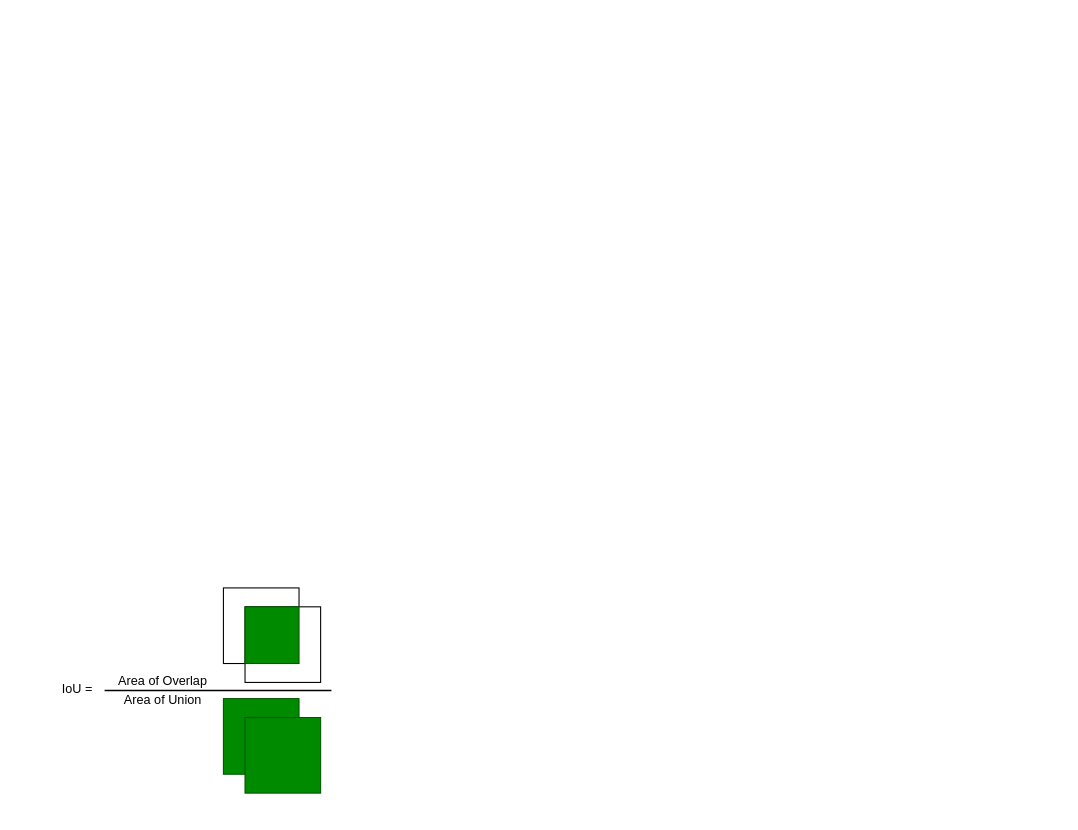
Brianhulela/nms_explained keeps this draw.io diagram as iou.drawio. Above is the earlier version. Source tidied: cells renumbered, new cells numbered last; positions are measured from the earlier drawing's top-left corner, leaving out a move shared by most shapes. Both pictures are drawn from the tidied source at 27%, with x=0, y=0 at pixel (5, 558).
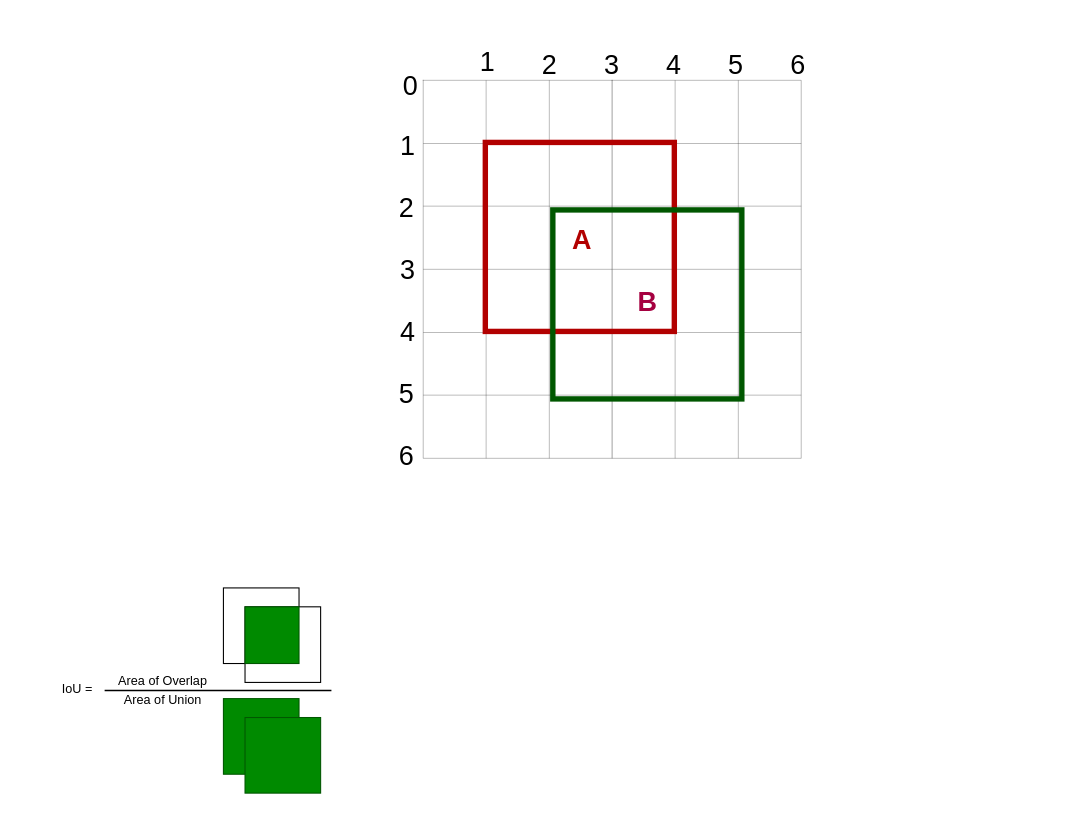
Above is the later version.

Commit message (it also covers changes not shown here):
Add IoU diagram and image files

Diff of the diagram source:
```diff
@@
+    <mxCell id="12" style="rounded=0;whiteSpace=wrap;html=1;strokeColor=none;" parent="1" vertex="1">
+      <mxGeometry x="590" y="-2050" width="3370" height="1950" as="geometry" />
+    </mxCell>
+    <mxCell id="13" style="shape=table;startSize=0;childLayout=tableLayout;fontSize=16;" parent="1" vertex="1">
+      <mxGeometry x="1550" y="-1770" width="700" height="1400" as="geometry" />
+    </mxCell>
+    <mxCell id="14" style="shape=tableRow;horizontal=0;startSize=0;swimlaneHead=0;swimlaneBody=0;strokeColor=inherit;top=0;left=0;bottom=0;right=0;fillColor=none;fontSize=16;" parent="13" vertex="1">
+      <mxGeometry width="700" height="234" as="geometry" />
+    </mxCell>
+    <mxCell id="15" style="shape=partialRectangle;html=1;whiteSpace=wrap;strokeColor=inherit;overflow=hidden;fillColor=none;top=0;left=0;bottom=0;right=0;fontSize=16;" parent="14" vertex="1">
+      <mxGeometry width="233" height="234" as="geometry" />
+    </mxCell>
+    <mxCell id="16" style="shape=partialRectangle;html=1;whiteSpace=wrap;strokeColor=inherit;overflow=hidden;fillColor=none;top=0;left=0;bottom=0;right=0;fontSize=16;" parent="14" vertex="1">
+      <mxGeometry x="233" width="234" height="234" as="geometry" />
+    </mxCell>
+    <mxCell id="17" style="shape=partialRectangle;html=1;whiteSpace=wrap;strokeColor=inherit;overflow=hidden;fillColor=none;top=0;left=0;bottom=0;right=0;fontSize=16;" parent="14" vertex="1">
+      <mxGeometry x="467" width="233" height="234" as="geometry" />
+    </mxCell>
+    <mxCell id="18" style="shape=tableRow;horizontal=0;startSize=0;swimlaneHead=0;swimlaneBody=0;strokeColor=inherit;top=0;left=0;bottom=0;right=0;fillColor=none;fontSize=16;" parent="13" vertex="1">
+      <mxGeometry y="234" width="700" height="232" as="geometry" />
+    </mxCell>
+    <mxCell id="19" style="shape=partialRectangle;html=1;whiteSpace=wrap;strokeColor=inherit;overflow=hidden;fillColor=none;top=0;left=0;bottom=0;right=0;fontSize=16;" parent="18" vertex="1">
+      <mxGeometry width="233" height="232" as="geometry" />
+    </mxCell>
+    <mxCell id="20" style="shape=partialRectangle;html=1;whiteSpace=wrap;strokeColor=inherit;overflow=hidden;fillColor=none;top=0;left=0;bottom=0;right=0;fontSize=16;" parent="18" vertex="1">
+      <mxGeometry x="233" width="234" height="232" as="geometry" />
+    </mxCell>
+    <mxCell id="21" style="shape=partialRectangle;html=1;whiteSpace=wrap;strokeColor=inherit;overflow=hidden;fillColor=none;top=0;left=0;bottom=0;right=0;fontSize=16;" parent="18" vertex="1">
+      <mxGeometry x="467" width="233" height="232" as="geometry" />
+    </mxCell>
+    <mxCell id="22" style="shape=tableRow;horizontal=0;startSize=0;swimlaneHead=0;swimlaneBody=0;strokeColor=inherit;top=0;left=0;bottom=0;right=0;fillColor=none;fontSize=16;" parent="13" vertex="1">
+      <mxGeometry y="466" width="700" height="234" as="geometry" />
+    </mxCell>
+    <mxCell id="23" style="shape=partialRectangle;html=1;whiteSpace=wrap;strokeColor=inherit;overflow=hidden;fillColor=none;top=0;left=0;bottom=0;right=0;fontSize=16;" parent="22" vertex="1">
+      <mxGeometry width="233" height="234" as="geometry" />
+    </mxCell>
+    <mxCell id="24" style="shape=partialRectangle;html=1;whiteSpace=wrap;strokeColor=inherit;overflow=hidden;fillColor=none;top=0;left=0;bottom=0;right=0;fontSize=16;" parent="22" vertex="1">
+      <mxGeometry x="233" width="234" height="234" as="geometry" />
+    </mxCell>
+    <mxCell id="25" style="shape=partialRectangle;html=1;whiteSpace=wrap;strokeColor=inherit;overflow=hidden;fillColor=none;top=0;left=0;bottom=0;right=0;fontSize=16;" parent="22" vertex="1">
+      <mxGeometry x="467" width="233" height="234" as="geometry" />
+    </mxCell>
+    <mxCell id="26" style="shape=tableRow;horizontal=0;startSize=0;swimlaneHead=0;swimlaneBody=0;strokeColor=inherit;top=0;left=0;bottom=0;right=0;fillColor=none;fontSize=16;" parent="13" vertex="1">
+      <mxGeometry y="700" width="700" height="234" as="geometry" />
+    </mxCell>
+    <mxCell id="27" style="shape=partialRectangle;html=1;whiteSpace=wrap;strokeColor=inherit;overflow=hidden;fillColor=none;top=0;left=0;bottom=0;right=0;fontSize=16;" parent="26" vertex="1">
+      <mxGeometry width="233" height="234" as="geometry" />
+    </mxCell>
+    <mxCell id="28" style="shape=partialRectangle;html=1;whiteSpace=wrap;strokeColor=inherit;overflow=hidden;fillColor=none;top=0;left=0;bottom=0;right=0;fontSize=16;" parent="26" vertex="1">
+      <mxGeometry x="233" width="234" height="234" as="geometry" />
+    </mxCell>
+    <mxCell id="29" style="shape=partialRectangle;html=1;whiteSpace=wrap;strokeColor=inherit;overflow=hidden;fillColor=none;top=0;left=0;bottom=0;right=0;fontSize=16;" parent="26" vertex="1">
+      <mxGeometry x="467" width="233" height="234" as="geometry" />
+    </mxCell>
+    <mxCell id="30" style="shape=tableRow;horizontal=0;startSize=0;swimlaneHead=0;swimlaneBody=0;strokeColor=inherit;top=0;left=0;bottom=0;right=0;fillColor=none;fontSize=16;" parent="13" vertex="1">
+      <mxGeometry y="934" width="700" height="232" as="geometry" />
+    </mxCell>
+    <mxCell id="31" style="shape=partialRectangle;html=1;whiteSpace=wrap;strokeColor=inherit;overflow=hidden;fillColor=none;top=0;left=0;bottom=0;right=0;fontSize=16;" parent="30" vertex="1">
+      <mxGeometry width="233" height="232" as="geometry" />
+    </mxCell>
+    <mxCell id="32" style="shape=partialRectangle;html=1;whiteSpace=wrap;strokeColor=inherit;overflow=hidden;fillColor=none;top=0;left=0;bottom=0;right=0;fontSize=16;" parent="30" vertex="1">
+      <mxGeometry x="233" width="234" height="232" as="geometry" />
+    </mxCell>
+    <mxCell id="33" style="shape=partialRectangle;html=1;whiteSpace=wrap;strokeColor=inherit;overflow=hidden;fillColor=none;top=0;left=0;bottom=0;right=0;fontSize=16;" parent="30" vertex="1">
+      <mxGeometry x="467" width="233" height="232" as="geometry" />
+    </mxCell>
+    <mxCell id="34" style="shape=tableRow;horizontal=0;startSize=0;swimlaneHead=0;swimlaneBody=0;strokeColor=inherit;top=0;left=0;bottom=0;right=0;fillColor=none;fontSize=16;" parent="13" vertex="1">
+      <mxGeometry y="1166" width="700" height="234" as="geometry" />
+    </mxCell>
+    <mxCell id="35" style="shape=partialRectangle;html=1;whiteSpace=wrap;strokeColor=inherit;overflow=hidden;fillColor=none;top=0;left=0;bottom=0;right=0;fontSize=16;" parent="34" vertex="1">
+      <mxGeometry width="233" height="234" as="geometry" />
+    </mxCell>
+    <mxCell id="36" style="shape=partialRectangle;html=1;whiteSpace=wrap;strokeColor=inherit;overflow=hidden;fillColor=none;top=0;left=0;bottom=0;right=0;fontSize=16;" parent="34" vertex="1">
+      <mxGeometry x="233" width="234" height="234" as="geometry" />
+    </mxCell>
+    <mxCell id="37" style="shape=partialRectangle;html=1;whiteSpace=wrap;strokeColor=inherit;overflow=hidden;fillColor=none;top=0;left=0;bottom=0;right=0;fontSize=16;" parent="34" vertex="1">
+      <mxGeometry x="467" width="233" height="234" as="geometry" />
+    </mxCell>
+    <mxCell id="38" style="shape=table;startSize=0;childLayout=tableLayout;fontSize=16;" parent="1" vertex="1">
+      <mxGeometry x="2250" y="-1770" width="700" height="1400" as="geometry" />
+    </mxCell>
+    <mxCell id="39" style="shape=tableRow;horizontal=0;startSize=0;swimlaneHead=0;swimlaneBody=0;strokeColor=inherit;top=0;left=0;bottom=0;right=0;fillColor=none;fontSize=16;" parent="38" vertex="1">
+      <mxGeometry width="700" height="234" as="geometry" />
+    </mxCell>
+    <mxCell id="40" style="shape=partialRectangle;html=1;whiteSpace=wrap;strokeColor=inherit;overflow=hidden;fillColor=none;top=0;left=0;bottom=0;right=0;fontSize=16;" parent="39" vertex="1">
+      <mxGeometry width="233" height="234" as="geometry" />
+    </mxCell>
+    <mxCell id="41" style="shape=partialRectangle;html=1;whiteSpace=wrap;strokeColor=inherit;overflow=hidden;fillColor=none;top=0;left=0;bottom=0;right=0;fontSize=16;" parent="39" vertex="1">
+      <mxGeometry x="233" width="234" height="234" as="geometry" />
+    </mxCell>
+    <mxCell id="42" style="shape=partialRectangle;html=1;whiteSpace=wrap;strokeColor=inherit;overflow=hidden;fillColor=none;top=0;left=0;bottom=0;right=0;fontSize=16;" parent="39" vertex="1">
+      <mxGeometry x="467" width="233" height="234" as="geometry" />
+    </mxCell>
+    <mxCell id="43" style="shape=tableRow;horizontal=0;startSize=0;swimlaneHead=0;swimlaneBody=0;strokeColor=inherit;top=0;left=0;bottom=0;right=0;fillColor=none;fontSize=16;" parent="38" vertex="1">
+      <mxGeometry y="234" width="700" height="232" as="geometry" />
+    </mxCell>
+    <mxCell id="44" style="shape=partialRectangle;html=1;whiteSpace=wrap;strokeColor=inherit;overflow=hidden;fillColor=none;top=0;left=0;bottom=0;right=0;fontSize=16;" parent="43" vertex="1">
+      <mxGeometry width="233" height="232" as="geometry" />
+    </mxCell>
+    <mxCell id="45" style="shape=partialRectangle;html=1;whiteSpace=wrap;strokeColor=inherit;overflow=hidden;fillColor=none;top=0;left=0;bottom=0;right=0;fontSize=16;" parent="43" vertex="1">
+      <mxGeometry x="233" width="234" height="232" as="geometry" />
+    </mxCell>
+    <mxCell id="46" style="shape=partialRectangle;html=1;whiteSpace=wrap;strokeColor=inherit;overflow=hidden;fillColor=none;top=0;left=0;bottom=0;right=0;fontSize=16;" parent="43" vertex="1">
+      <mxGeometry x="467" width="233" height="232" as="geometry" />
+    </mxCell>
+    <mxCell id="47" style="shape=tableRow;horizontal=0;startSize=0;swimlaneHead=0;swimlaneBody=0;strokeColor=inherit;top=0;left=0;bottom=0;right=0;fillColor=none;fontSize=16;" parent="38" vertex="1">
+      <mxGeometry y="466" width="700" height="234" as="geometry" />
+    </mxCell>
+    <mxCell id="48" style="shape=partialRectangle;html=1;whiteSpace=wrap;strokeColor=inherit;overflow=hidden;fillColor=none;top=0;left=0;bottom=0;right=0;fontSize=16;" parent="47" vertex="1">
+      <mxGeometry width="233" height="234" as="geometry" />
+    </mxCell>
+    <mxCell id="49" style="shape=partialRectangle;html=1;whiteSpace=wrap;strokeColor=inherit;overflow=hidden;fillColor=none;top=0;left=0;bottom=0;right=0;fontSize=16;" parent="47" vertex="1">
+      <mxGeometry x="233" width="234" height="234" as="geometry" />
+    </mxCell>
+    <mxCell id="50" style="shape=partialRectangle;html=1;whiteSpace=wrap;strokeColor=inherit;overflow=hidden;fillColor=none;top=0;left=0;bottom=0;right=0;fontSize=16;" parent="47" vertex="1">
+      <mxGeometry x="467" width="233" height="234" as="geometry" />
+    </mxCell>
+    <mxCell id="51" style="shape=tableRow;horizontal=0;startSize=0;swimlaneHead=0;swimlaneBody=0;strokeColor=inherit;top=0;left=0;bottom=0;right=0;fillColor=none;fontSize=16;" parent="38" vertex="1">
+      <mxGeometry y="700" width="700" height="234" as="geometry" />
+    </mxCell>
+    <mxCell id="52" style="shape=partialRectangle;html=1;whiteSpace=wrap;strokeColor=inherit;overflow=hidden;fillColor=none;top=0;left=0;bottom=0;right=0;fontSize=16;" parent="51" vertex="1">
+      <mxGeometry width="233" height="234" as="geometry" />
+    </mxCell>
+    <mxCell id="53" style="shape=partialRectangle;html=1;whiteSpace=wrap;strokeColor=inherit;overflow=hidden;fillColor=none;top=0;left=0;bottom=0;right=0;fontSize=16;" parent="51" vertex="1">
+      <mxGeometry x="233" width="234" height="234" as="geometry" />
+    </mxCell>
+    <mxCell id="54" style="shape=partialRectangle;html=1;whiteSpace=wrap;strokeColor=inherit;overflow=hidden;fillColor=none;top=0;left=0;bottom=0;right=0;fontSize=16;" parent="51" vertex="1">
+      <mxGeometry x="467" width="233" height="234" as="geometry" />
+    </mxCell>
+    <mxCell id="55" style="shape=tableRow;horizontal=0;startSize=0;swimlaneHead=0;swimlaneBody=0;strokeColor=inherit;top=0;left=0;bottom=0;right=0;fillColor=none;fontSize=16;" parent="38" vertex="1">
+      <mxGeometry y="934" width="700" height="232" as="geometry" />
+    </mxCell>
+    <mxCell id="56" style="shape=partialRectangle;html=1;whiteSpace=wrap;strokeColor=inherit;overflow=hidden;fillColor=none;top=0;left=0;bottom=0;right=0;fontSize=16;" parent="55" vertex="1">
+      <mxGeometry width="233" height="232" as="geometry" />
+    </mxCell>
+    <mxCell id="57" style="shape=partialRectangle;html=1;whiteSpace=wrap;strokeColor=inherit;overflow=hidden;fillColor=none;top=0;left=0;bottom=0;right=0;fontSize=16;" parent="55" vertex="1">
+      <mxGeometry x="233" width="234" height="232" as="geometry" />
+    </mxCell>
+    <mxCell id="58" style="shape=partialRectangle;html=1;whiteSpace=wrap;strokeColor=inherit;overflow=hidden;fillColor=none;top=0;left=0;bottom=0;right=0;fontSize=16;" parent="55" vertex="1">
+      <mxGeometry x="467" width="233" height="232" as="geometry" />
+    </mxCell>
+    <mxCell id="59" style="shape=tableRow;horizontal=0;startSize=0;swimlaneHead=0;swimlaneBody=0;strokeColor=inherit;top=0;left=0;bottom=0;right=0;fillColor=none;fontSize=16;" parent="38" vertex="1">
+      <mxGeometry y="1166" width="700" height="234" as="geometry" />
+    </mxCell>
+    <mxCell id="60" style="shape=partialRectangle;html=1;whiteSpace=wrap;strokeColor=inherit;overflow=hidden;fillColor=none;top=0;left=0;bottom=0;right=0;fontSize=16;" parent="59" vertex="1">
+      <mxGeometry width="233" height="234" as="geometry" />
+    </mxCell>
+    <mxCell id="61" style="shape=partialRectangle;html=1;whiteSpace=wrap;strokeColor=inherit;overflow=hidden;fillColor=none;top=0;left=0;bottom=0;right=0;fontSize=16;" parent="59" vertex="1">
+      <mxGeometry x="233" width="234" height="234" as="geometry" />
+    </mxCell>
+    <mxCell id="62" style="shape=partialRectangle;html=1;whiteSpace=wrap;strokeColor=inherit;overflow=hidden;fillColor=none;top=0;left=0;bottom=0;right=0;fontSize=16;" parent="59" vertex="1">
+      <mxGeometry x="467" width="233" height="234" as="geometry" />
+    </mxCell>
@@
+    <mxCell id="63" style="rounded=0;whiteSpace=wrap;html=1;strokeWidth=20;fillColor=none;fontColor=#ffffff;strokeColor=light-dark(#B20000,#80FF00);" parent="1" vertex="1">
+      <mxGeometry x="1780" y="-1540" width="700" height="700" as="geometry" />
+    </mxCell>
+    <mxCell id="64" style="rounded=0;whiteSpace=wrap;html=1;strokeWidth=20;fillColor=none;fontColor=#ffffff;strokeColor=light-dark(#005700,#FF0000);" parent="1" vertex="1">
+      <mxGeometry x="2030" y="-1290" width="700" height="700" as="geometry" />
+    </mxCell>
+    <mxCell id="65" value="&lt;font face=&quot;Public Sans&quot; style=&quot;font-size: 100px;&quot;&gt;1&lt;/font&gt;" style="text;html=1;align=center;verticalAlign=middle;whiteSpace=wrap;rounded=0;" parent="1" vertex="1">
+      <mxGeometry x="1730" y="-1900" width="115" height="120" as="geometry" />
+    </mxCell>
+    <mxCell id="66" value="&lt;font face=&quot;Public Sans&quot; style=&quot;font-size: 100px;&quot;&gt;1&lt;/font&gt;" style="text;html=1;align=center;verticalAlign=middle;whiteSpace=wrap;rounded=0;" parent="1" vertex="1">
+      <mxGeometry x="1435" y="-1590" width="115" height="120" as="geometry" />
+    </mxCell>
+    <mxCell id="67" value="&lt;font face=&quot;Public Sans&quot; style=&quot;font-size: 100px;&quot;&gt;2&lt;/font&gt;" style="text;html=1;align=center;verticalAlign=middle;whiteSpace=wrap;rounded=0;" parent="1" vertex="1">
+      <mxGeometry x="1430" y="-1360" width="115" height="120" as="geometry" />
+    </mxCell>
+    <mxCell id="68" value="&lt;font face=&quot;Public Sans&quot; style=&quot;font-size: 100px;&quot;&gt;3&lt;/font&gt;" style="text;html=1;align=center;verticalAlign=middle;whiteSpace=wrap;rounded=0;" parent="1" vertex="1">
+      <mxGeometry x="1435" y="-1130" width="115" height="120" as="geometry" />
+    </mxCell>
+    <mxCell id="69" value="&lt;font face=&quot;Public Sans&quot; style=&quot;font-size: 100px;&quot;&gt;4&lt;/font&gt;" style="text;html=1;align=center;verticalAlign=middle;whiteSpace=wrap;rounded=0;" parent="1" vertex="1">
+      <mxGeometry x="1435" y="-900" width="115" height="120" as="geometry" />
+    </mxCell>
+    <mxCell id="70" value="&lt;font face=&quot;Public Sans&quot; style=&quot;font-size: 100px;&quot;&gt;5&lt;/font&gt;" style="text;html=1;align=center;verticalAlign=middle;whiteSpace=wrap;rounded=0;" parent="1" vertex="1">
+      <mxGeometry x="1430" y="-670" width="115" height="120" as="geometry" />
+    </mxCell>
+    <mxCell id="71" value="&lt;font face=&quot;Public Sans&quot; style=&quot;font-size: 100px;&quot;&gt;6&lt;/font&gt;" style="text;html=1;align=center;verticalAlign=middle;whiteSpace=wrap;rounded=0;" parent="1" vertex="1">
+      <mxGeometry x="1430" y="-440" width="115" height="120" as="geometry" />
+    </mxCell>
+    <mxCell id="72" value="&lt;font face=&quot;Public Sans&quot; style=&quot;font-size: 100px;&quot;&gt;0&lt;/font&gt;" style="text;html=1;align=center;verticalAlign=middle;whiteSpace=wrap;rounded=0;" parent="1" vertex="1">
+      <mxGeometry x="1445" y="-1810" width="115" height="120" as="geometry" />
+    </mxCell>
+    <mxCell id="73" value="&lt;font face=&quot;Public Sans&quot; style=&quot;font-size: 100px;&quot;&gt;2&lt;/font&gt;" style="text;html=1;align=center;verticalAlign=middle;whiteSpace=wrap;rounded=0;" parent="1" vertex="1">
+      <mxGeometry x="1960" y="-1890" width="115" height="120" as="geometry" />
+    </mxCell>
+    <mxCell id="74" value="&lt;font face=&quot;Public Sans&quot; style=&quot;font-size: 100px;&quot;&gt;3&lt;/font&gt;" style="text;html=1;align=center;verticalAlign=middle;whiteSpace=wrap;rounded=0;" parent="1" vertex="1">
+      <mxGeometry x="2190" y="-1890" width="115" height="120" as="geometry" />
+    </mxCell>
+    <mxCell id="75" value="&lt;font face=&quot;Public Sans&quot; style=&quot;font-size: 100px;&quot;&gt;4&lt;/font&gt;" style="text;html=1;align=center;verticalAlign=middle;whiteSpace=wrap;rounded=0;" parent="1" vertex="1">
+      <mxGeometry x="2420" y="-1890" width="115" height="120" as="geometry" />
+    </mxCell>
+    <mxCell id="76" value="&lt;font face=&quot;Public Sans&quot; style=&quot;font-size: 100px;&quot;&gt;5&lt;/font&gt;" style="text;html=1;align=center;verticalAlign=middle;whiteSpace=wrap;rounded=0;" parent="1" vertex="1">
+      <mxGeometry x="2650" y="-1890" width="115" height="120" as="geometry" />
+    </mxCell>
+    <mxCell id="77" value="&lt;font face=&quot;Public Sans&quot; style=&quot;font-size: 100px;&quot;&gt;6&lt;/font&gt;" style="text;html=1;align=center;verticalAlign=middle;whiteSpace=wrap;rounded=0;" parent="1" vertex="1">
+      <mxGeometry x="2880" y="-1890" width="115" height="120" as="geometry" />
+    </mxCell>
+    <mxCell id="78" value="&lt;font face=&quot;Public Sans&quot; style=&quot;font-size: 100px; color: light-dark(rgb(178, 0, 0), rgb(128, 255, 0));&quot;&gt;&lt;b&gt;A&lt;/b&gt;&lt;/font&gt;" style="text;html=1;align=center;verticalAlign=middle;whiteSpace=wrap;rounded=0;" parent="1" vertex="1">
+      <mxGeometry x="2080" y="-1240" width="115" height="120" as="geometry" />
+    </mxCell>
+    <mxCell id="79" value="&lt;font face=&quot;Public Sans&quot; style=&quot;font-size: 100px; color: light-dark(rgb(165, 0, 64), rgb(255, 0, 0));&quot;&gt;&lt;b style=&quot;&quot;&gt;B&lt;/b&gt;&lt;/font&gt;" style="text;html=1;align=center;verticalAlign=middle;whiteSpace=wrap;rounded=0;" parent="1" vertex="1">
+      <mxGeometry x="2322.5" y="-1010" width="115" height="120" as="geometry" />
+    </mxCell>
```
